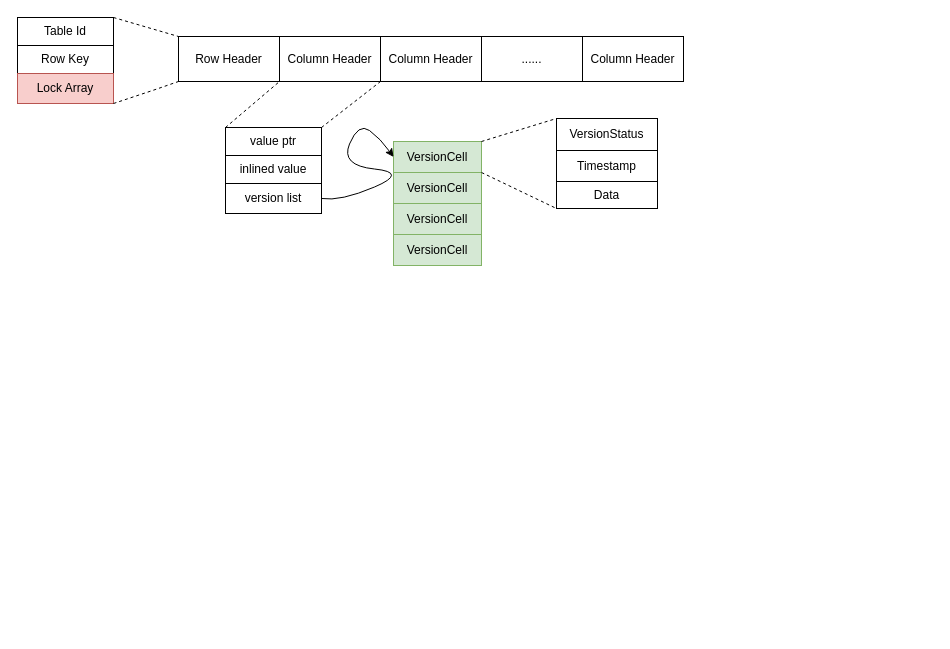
The draw.io diagram page "第 2 页" (2 of 2) of transaction.drawio in Holworth/DrawIO, before the edit. Source tidied: cells renumbered, new cells numbered last; positions are measured from the earlier drawing's top-left corner, leaving out a move shared by most shapes. Both pictures are drawn from the tidied source at 100%, with x=0, y=0 at pixel (17, 17).
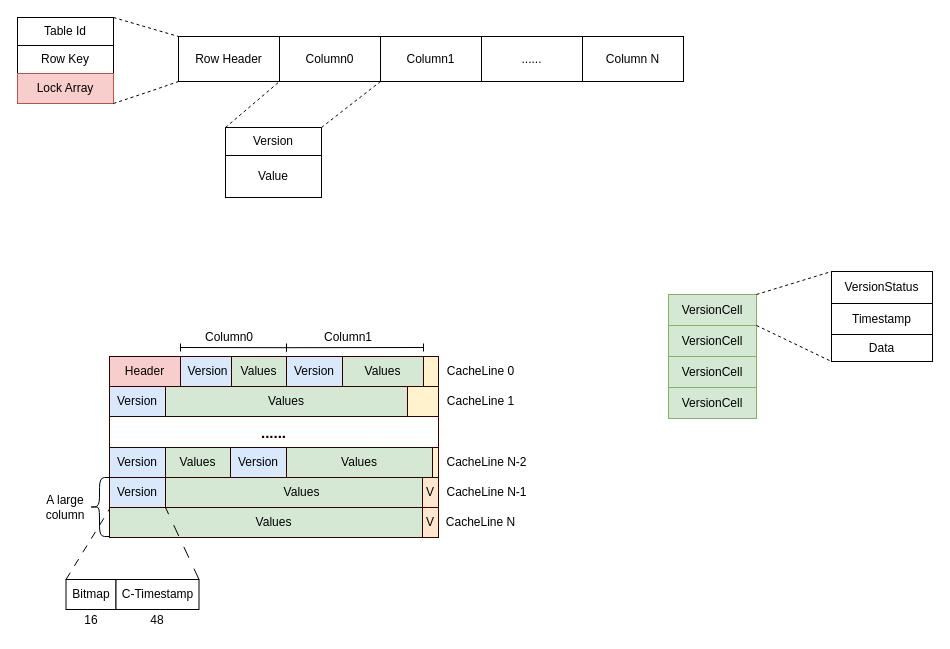
The same page after the edit.

Diff of the diagram source:
```diff
@@
-    <mxCell id="3" value="Column Header" style="rounded=0;whiteSpace=wrap;html=1;" parent="1" vertex="1">
+    <mxCell id="3" value="Column0" style="rounded=0;whiteSpace=wrap;html=1;" parent="1" vertex="1">
       <mxGeometry x="262" y="19" width="101" height="45" as="geometry" />
     </mxCell>
-    <mxCell id="4" value="Column Header" style="rounded=0;whiteSpace=wrap;html=1;" parent="1" vertex="1">
+    <mxCell id="4" value="Column1" style="rounded=0;whiteSpace=wrap;html=1;" parent="1" vertex="1">
       <mxGeometry x="363" y="19" width="101" height="45" as="geometry" />
     </mxCell>
@@
-    <mxCell id="6" value="Column Header" style="rounded=0;whiteSpace=wrap;html=1;" parent="1" vertex="1">
+    <mxCell id="6" value="Column N" style="rounded=0;whiteSpace=wrap;html=1;" parent="1" vertex="1">
       <mxGeometry x="565" y="19" width="101" height="45" as="geometry" />
     </mxCell>
@@
-    <mxCell id="13" value="inlined value" style="rounded=0;whiteSpace=wrap;html=1;" parent="1" vertex="1">
-      <mxGeometry x="208" y="138" width="96" height="28" as="geometry" />
+    <mxCell id="13" value="Value" style="rounded=0;whiteSpace=wrap;html=1;" parent="1" vertex="1">
+      <mxGeometry x="208" y="138" width="96" height="42" as="geometry" />
     </mxCell>
-    <mxCell id="14" value="version list" style="rounded=0;whiteSpace=wrap;html=1;" parent="1" vertex="1">
-      <mxGeometry x="208" y="166" width="96" height="30" as="geometry" />
-    </mxCell>
-    <mxCell id="15" value="value ptr" style="rounded=0;whiteSpace=wrap;html=1;" parent="1" vertex="1">
+    <mxCell id="15" value="Version" style="rounded=0;whiteSpace=wrap;html=1;" parent="1" vertex="1">
       <mxGeometry x="208" y="110" width="96" height="28" as="geometry" />
     </mxCell>
@@
     <mxCell id="18" value="VersionCell" style="rounded=0;whiteSpace=wrap;html=1;fillColor=#d5e8d4;strokeColor=#82b366;" parent="1" vertex="1">
-      <mxGeometry x="376" y="124" width="88" height="31" as="geometry" />
+      <mxGeometry x="651" y="277" width="88" height="31" as="geometry" />
     </mxCell>
     <mxCell id="19" value="VersionCell" style="rounded=0;whiteSpace=wrap;html=1;fillColor=#d5e8d4;strokeColor=#82b366;" parent="1" vertex="1">
-      <mxGeometry x="376" y="155" width="88" height="31" as="geometry" />
+      <mxGeometry x="651" y="308" width="88" height="31" as="geometry" />
     </mxCell>
     <mxCell id="20" value="VersionCell" style="rounded=0;whiteSpace=wrap;html=1;fillColor=#d5e8d4;strokeColor=#82b366;" parent="1" vertex="1">
-      <mxGeometry x="376" y="186" width="88" height="31" as="geometry" />
+      <mxGeometry x="651" y="339" width="88" height="31" as="geometry" />
     </mxCell>
     <mxCell id="21" value="VersionCell" style="rounded=0;whiteSpace=wrap;html=1;fillColor=#d5e8d4;strokeColor=#82b366;" parent="1" vertex="1">
-      <mxGeometry x="376" y="217" width="88" height="31" as="geometry" />
+      <mxGeometry x="651" y="370" width="88" height="31" as="geometry" />
     </mxCell>
-    <mxCell id="22" style="curved=1;endArrow=classic;html=1;rounded=0;exitX=1;exitY=0.5;exitDx=0;exitDy=0;entryX=0;entryY=0.5;entryDx=0;entryDy=0;" parent="1" edge="1" source="14" target="18">
-      <mxGeometry relative="1" as="geometry">
-        <Array as="points">
-          <mxPoint x="323" y="184" />
-          <mxPoint x="391" y="155" />
-          <mxPoint x="323" y="148" />
-          <mxPoint x="341" y="105" />
-          <mxPoint x="363" y="121" />
-        </Array>
-      </mxGeometry>
-    </mxCell>
     <mxCell id="23" value="VersionStatus" style="rounded=0;whiteSpace=wrap;html=1;" parent="1" vertex="1">
-      <mxGeometry x="539" y="101" width="101" height="32" as="geometry" />
+      <mxGeometry x="814" y="254" width="101" height="32" as="geometry" />
     </mxCell>
     <mxCell id="24" value="Timestamp" style="rounded=0;whiteSpace=wrap;html=1;" parent="1" vertex="1">
-      <mxGeometry x="539" y="133" width="101" height="31" as="geometry" />
+      <mxGeometry x="814" y="286" width="101" height="31" as="geometry" />
     </mxCell>
     <mxCell id="25" value="Data" style="rounded=0;whiteSpace=wrap;html=1;" parent="1" vertex="1">
-      <mxGeometry x="539" y="164" width="101" height="27" as="geometry" />
+      <mxGeometry x="814" y="317" width="101" height="27" as="geometry" />
     </mxCell>
     <mxCell id="26" style="endArrow=none;html=1;rounded=0;exitX=1;exitY=0;exitDx=0;exitDy=0;entryX=0;entryY=0;entryDx=0;entryDy=0;dashed=1;" parent="1" edge="1" target="23">
       <mxGeometry relative="1" as="geometry">
-        <mxPoint x="464" y="124" as="sourcePoint" />
+        <mxPoint x="739" y="277" as="sourcePoint" />
       </mxGeometry>
     </mxCell>
@@
+    <mxCell id="28" value="Version" style="rounded=0;whiteSpace=wrap;html=1;fillColor=#dae8fc;strokeColor=#330000;" parent="1" vertex="1">
+      <mxGeometry x="158" y="339" width="65" height="30" as="geometry" />
+    </mxCell>
+    <mxCell id="29" value="Values" style="rounded=0;whiteSpace=wrap;html=1;fillColor=#d5e8d4;strokeColor=#330000;" parent="1" vertex="1">
+      <mxGeometry x="214" y="339" width="55" height="30" as="geometry" />
+    </mxCell>
+    <mxCell id="30" value="Version" style="rounded=0;whiteSpace=wrap;html=1;fillColor=#dae8fc;strokeColor=#330000;" parent="1" vertex="1">
+      <mxGeometry x="269" y="339" width="56" height="30" as="geometry" />
+    </mxCell>
+    <mxCell id="31" value="Values" style="rounded=0;whiteSpace=wrap;html=1;fillColor=#d5e8d4;strokeColor=#330000;" parent="1" vertex="1">
+      <mxGeometry x="325" y="339" width="81" height="30" as="geometry" />
+    </mxCell>
+    <mxCell id="32" value="Version" style="rounded=0;whiteSpace=wrap;html=1;fillColor=#dae8fc;strokeColor=#330000;" parent="1" vertex="1">
+      <mxGeometry x="92" y="369" width="56" height="30" as="geometry" />
+    </mxCell>
+    <mxCell id="33" value="Values" style="rounded=0;whiteSpace=wrap;html=1;fillColor=#d5e8d4;strokeColor=#330000;" parent="1" vertex="1">
+      <mxGeometry x="148" y="369" width="242" height="30" as="geometry" />
+    </mxCell>
+    <mxCell id="34" style="rounded=0;whiteSpace=wrap;html=1;strokeColor=#330000;fillColor=#fff2cc;" parent="1" vertex="1">
+      <mxGeometry x="390" y="369" width="31" height="30" as="geometry" />
+    </mxCell>
+    <mxCell id="35" value="&lt;b&gt;&lt;font style=&quot;font-size: 15px;&quot;&gt;......&lt;/font&gt;&lt;/b&gt;" style="rounded=0;whiteSpace=wrap;html=1;strokeColor=#330000;" parent="1" vertex="1">
+      <mxGeometry x="92" y="399" width="329" height="31" as="geometry" />
+    </mxCell>
+    <mxCell id="36" value="Version" style="rounded=0;whiteSpace=wrap;html=1;fillColor=#dae8fc;strokeColor=#330000;" parent="1" vertex="1">
+      <mxGeometry x="92" y="430" width="56" height="30" as="geometry" />
+    </mxCell>
+    <mxCell id="37" value="Values" style="rounded=0;whiteSpace=wrap;html=1;fillColor=#d5e8d4;strokeColor=#330000;" parent="1" vertex="1">
+      <mxGeometry x="148" y="430" width="65" height="30" as="geometry" />
+    </mxCell>
+    <mxCell id="38" style="rounded=0;whiteSpace=wrap;html=1;strokeColor=#330000;fillColor=#fff2cc;" parent="1" vertex="1">
+      <mxGeometry x="390" y="430" width="31" height="30" as="geometry" />
+    </mxCell>
+    <mxCell id="39" value="Header" style="rounded=0;whiteSpace=wrap;html=1;fillColor=#f8cecc;strokeColor=#330000;" parent="1" vertex="1">
+      <mxGeometry x="92" y="339" width="71" height="30" as="geometry" />
+    </mxCell>
+    <mxCell id="40" style="rounded=0;whiteSpace=wrap;html=1;strokeColor=#330000;fillColor=#fff2cc;" parent="1" vertex="1">
+      <mxGeometry x="406" y="339" width="15" height="30" as="geometry" />
+    </mxCell>
+    <mxCell id="41" value="CacheLine 0" style="text;html=1;strokeColor=none;fillColor=none;align=center;verticalAlign=middle;whiteSpace=wrap;rounded=0;" parent="1" vertex="1">
+      <mxGeometry x="421" y="339" width="85" height="30" as="geometry" />
+    </mxCell>
+    <mxCell id="42" value="CacheLine 1" style="text;html=1;strokeColor=none;fillColor=none;align=center;verticalAlign=middle;whiteSpace=wrap;rounded=0;" parent="1" vertex="1">
+      <mxGeometry x="421" y="369" width="85" height="30" as="geometry" />
+    </mxCell>
+    <mxCell id="43" value="CacheLine N-2" style="text;html=1;strokeColor=none;fillColor=none;align=center;verticalAlign=middle;whiteSpace=wrap;rounded=0;" parent="1" vertex="1">
+      <mxGeometry x="427" y="430" width="85" height="30" as="geometry" />
+    </mxCell>
+    <mxCell id="44" style="endArrow=baseDash;startArrow=baseDash;html=1;rounded=0;startFill=0;endFill=0;" parent="1" edge="1">
+      <mxGeometry relative="1" as="geometry">
+        <mxPoint x="163" y="330" as="sourcePoint" />
+        <mxPoint x="269" y="330.2" as="targetPoint" />
+      </mxGeometry>
+    </mxCell>
+    <mxCell id="45" style="endArrow=baseDash;startArrow=baseDash;html=1;rounded=0;startFill=0;endFill=0;" parent="1" edge="1">
+      <mxGeometry relative="1" as="geometry">
+        <mxPoint x="269" y="330.2" as="sourcePoint" />
+        <mxPoint x="406" y="330" as="targetPoint" />
+      </mxGeometry>
+    </mxCell>
+    <mxCell id="46" value="Column0" style="text;html=1;strokeColor=none;fillColor=none;align=center;verticalAlign=middle;whiteSpace=wrap;rounded=0;" parent="1" vertex="1">
+      <mxGeometry x="181.5" y="305" width="60" height="30" as="geometry" />
+    </mxCell>
+    <mxCell id="47" value="Column1" style="text;html=1;strokeColor=none;fillColor=none;align=center;verticalAlign=middle;whiteSpace=wrap;rounded=0;" parent="1" vertex="1">
+      <mxGeometry x="301" y="305" width="60" height="30" as="geometry" />
+    </mxCell>
+    <mxCell id="48" value="Version" style="rounded=0;whiteSpace=wrap;html=1;fillColor=#dae8fc;strokeColor=#330000;" parent="1" vertex="1">
+      <mxGeometry x="213" y="430" width="56" height="30" as="geometry" />
+    </mxCell>
+    <mxCell id="49" value="Values" style="rounded=0;whiteSpace=wrap;html=1;fillColor=#d5e8d4;strokeColor=#330000;" parent="1" vertex="1">
+      <mxGeometry x="269" y="430" width="146" height="30" as="geometry" />
+    </mxCell>
+    <mxCell id="50" value="Bitmap" style="rounded=0;whiteSpace=wrap;html=1;" parent="1" vertex="1">
+      <mxGeometry x="48.5" y="562" width="50" height="30" as="geometry" />
+    </mxCell>
+    <mxCell id="51" value="C-Timestamp" style="rounded=0;whiteSpace=wrap;html=1;" parent="1" vertex="1">
+      <mxGeometry x="98.5" y="562" width="83" height="30" as="geometry" />
+    </mxCell>
+    <mxCell id="52" value="16" style="text;html=1;strokeColor=none;fillColor=none;align=center;verticalAlign=middle;whiteSpace=wrap;rounded=0;" parent="1" vertex="1">
+      <mxGeometry x="48.5" y="592" width="50" height="22" as="geometry" />
+    </mxCell>
+    <mxCell id="53" value="48" style="text;html=1;strokeColor=none;fillColor=none;align=center;verticalAlign=middle;whiteSpace=wrap;rounded=0;" parent="1" vertex="1">
+      <mxGeometry x="97.5" y="592" width="84" height="22" as="geometry" />
+    </mxCell>
+    <mxCell id="54" style="endArrow=none;html=1;rounded=0;entryX=0;entryY=1;entryDx=0;entryDy=0;exitX=0;exitY=0;exitDx=0;exitDy=0;dashed=1;dashPattern=8 8;" parent="1" edge="1" source="50">
+      <mxGeometry relative="1" as="geometry">
+        <mxPoint x="93" y="490" as="targetPoint" />
+      </mxGeometry>
+    </mxCell>
+    <mxCell id="55" value="Version" style="rounded=0;whiteSpace=wrap;html=1;fillColor=#dae8fc;strokeColor=#330000;" parent="1" vertex="1">
+      <mxGeometry x="92" y="460" width="56" height="30" as="geometry" />
+    </mxCell>
+    <mxCell id="56" value="Values" style="rounded=0;whiteSpace=wrap;html=1;fillColor=#d5e8d4;strokeColor=#330000;" parent="1" vertex="1">
+      <mxGeometry x="148" y="460" width="273" height="30" as="geometry" />
+    </mxCell>
+    <mxCell id="57" value="Values" style="rounded=0;whiteSpace=wrap;html=1;fillColor=#d5e8d4;strokeColor=#330000;" parent="1" vertex="1">
+      <mxGeometry x="92" y="490" width="329" height="30" as="geometry" />
+    </mxCell>
+    <mxCell id="58" value="V" style="rounded=0;whiteSpace=wrap;html=1;fillColor=#ffe6cc;strokeColor=#330000;" parent="1" vertex="1">
+      <mxGeometry x="405" y="460" width="16" height="30" as="geometry" />
+    </mxCell>
+    <mxCell id="59" value="V" style="rounded=0;whiteSpace=wrap;html=1;fillColor=#ffe6cc;strokeColor=#330000;" parent="1" vertex="1">
+      <mxGeometry x="405" y="490" width="16" height="30" as="geometry" />
+    </mxCell>
+    <mxCell id="60" style="endArrow=none;html=1;rounded=0;entryX=1;entryY=1;entryDx=0;entryDy=0;exitX=1;exitY=0;exitDx=0;exitDy=0;dashed=1;dashPattern=12 12;" parent="1" edge="1" source="51" target="55">
+      <mxGeometry relative="1" as="geometry" />
+    </mxCell>
+    <mxCell id="61" value="CacheLine N-1" style="text;html=1;strokeColor=none;fillColor=none;align=center;verticalAlign=middle;whiteSpace=wrap;rounded=0;" parent="1" vertex="1">
+      <mxGeometry x="427" y="460" width="85" height="30" as="geometry" />
+    </mxCell>
+    <mxCell id="62" value="CacheLine N" style="text;html=1;strokeColor=none;fillColor=none;align=center;verticalAlign=middle;whiteSpace=wrap;rounded=0;" parent="1" vertex="1">
+      <mxGeometry x="421" y="490" width="85" height="30" as="geometry" />
+    </mxCell>
+    <mxCell id="63" style="shape=curlyBracket;whiteSpace=wrap;html=1;rounded=1;labelPosition=left;verticalLabelPosition=middle;align=right;verticalAlign=middle;size=0.5;" parent="1" vertex="1">
+      <mxGeometry x="72" y="460" width="20" height="59" as="geometry" />
+    </mxCell>
+    <mxCell id="64" value="A large column" style="text;html=1;strokeColor=none;fillColor=none;align=center;verticalAlign=middle;whiteSpace=wrap;rounded=0;" parent="1" vertex="1">
+      <mxGeometry x="18" y="474.5" width="60" height="30" as="geometry" />
+    </mxCell>
```
